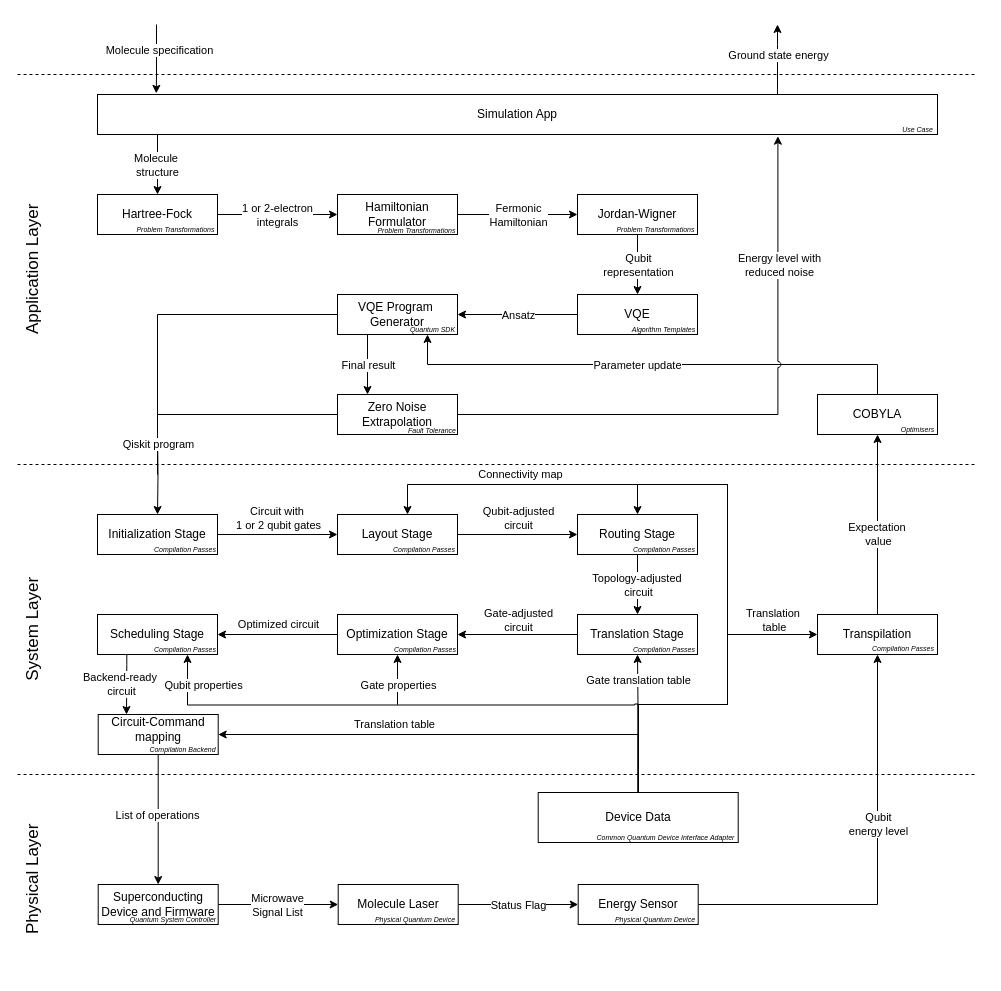
Before: page "scenario1" (1 of 4) of docs/scenario-based-analysis/images/scenarios.drawio in FullStaQD/architecture, a draw.io diagram. Source tidied: cells renumbered, new cells numbered last; positions are measured from the earlier drawing's top-left corner, leaving out a move shared by most shapes. Both pictures are drawn from the tidied source at 100%, with x=0, y=0 at pixel (-53, 24).
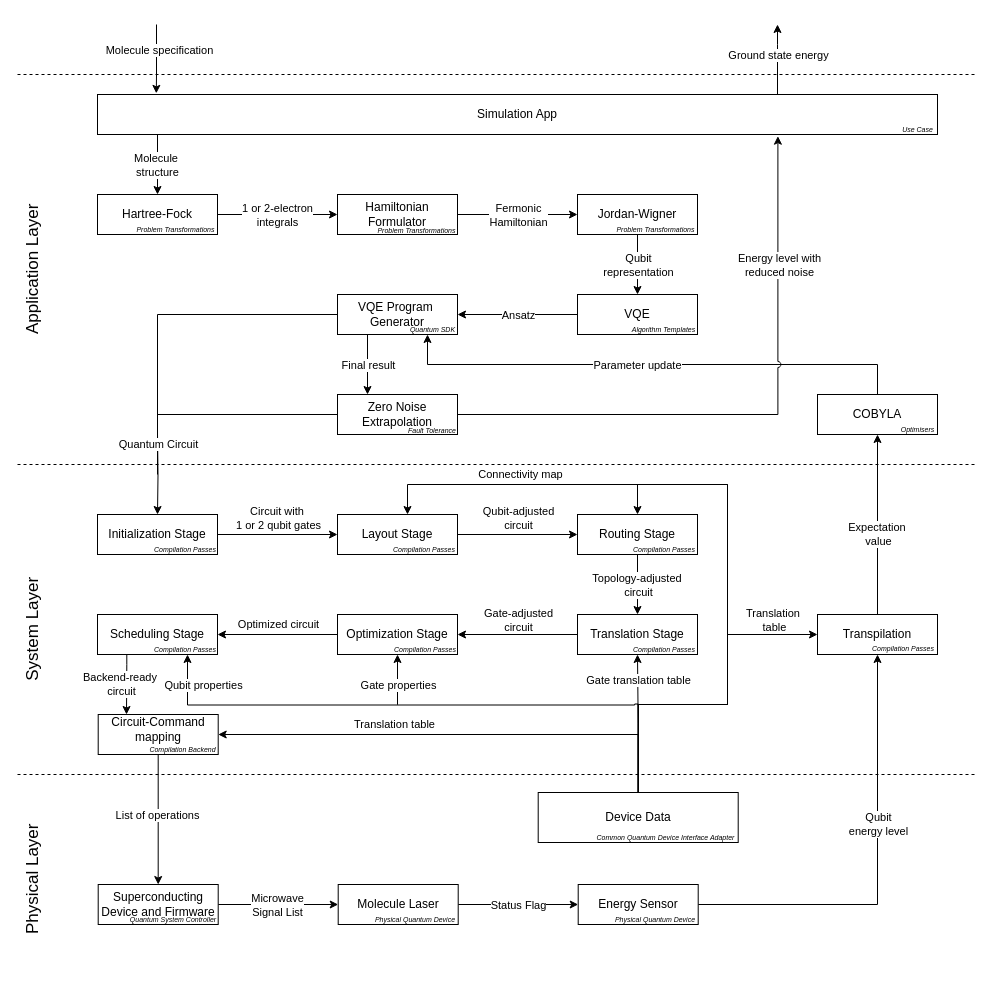
After the change.

Commit message (it also covers changes not shown here):
updated program to circuit

Unchanged cells that the change refers to:
```xml
<mxCell id="25" style="edgeStyle=orthogonalEdgeStyle;rounded=0;jettySize=auto;html=1;entryX=0.5;entryY=0;entryDx=0;entryDy=0;" parent="1" edge="1" target="35">
  <mxGeometry relative="1" as="geometry">
    <mxPoint x="210" y="410" as="sourcePoint" />
  </mxGeometry>
</mxCell>
```

Diff of the diagram source:
```diff
@@
-    <mxCell id="26" value="Qiskit program" style="edgeLabel;html=1;align=center;verticalAlign=middle;" parent="25" vertex="1">
+    <mxCell id="26" value="Quantum Circuit" style="edgeLabel;html=1;align=center;verticalAlign=middle;" parent="25" vertex="1">
       <mxGeometry x="0.1" y="1" relative="1" as="geometry">
         <mxPoint x="-1" y="-34" as="offset" />
       </mxGeometry>
     </mxCell>
```
